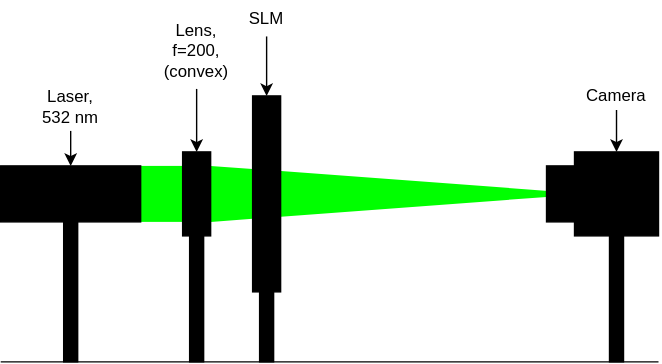
This is documentation/images/setup_1.svg from nbaehler/mask-designer, a draw.io export, as it was before one commit. Source tidied: cells renumbered, new cells last; positions are measured from the earlier drawing's top-left corner, leaving out a move shared by most shapes. The source it was exported from:
```xml
<mxGraphModel>
  <root>
    <mxCell id="0" />
    <mxCell id="1" parent="0" />
    <mxCell id="2" style="triangle;whiteSpace=wrap;html=1;fillColor=#00FF00;strokeColor=none;" parent="1" vertex="1">
      <mxGeometry x="150" y="118" width="270" height="40" as="geometry" />
    </mxCell>
    <mxCell id="3" style="rounded=0;whiteSpace=wrap;html=1;strokeColor=none;fillColor=#00FF00;" parent="1" vertex="1">
      <mxGeometry x="100" y="118" width="30" height="40" as="geometry" />
    </mxCell>
    <mxCell id="4" style="endArrow=none;html=1;rounded=0;" parent="1" edge="1">
      <mxGeometry relative="1" as="geometry">
        <mxPoint y="258" as="sourcePoint" />
        <mxPoint x="470" y="258" as="targetPoint" />
      </mxGeometry>
    </mxCell>
    <mxCell id="5" style="rounded=0;whiteSpace=wrap;html=1;fillColor=#000000;" parent="1" vertex="1">
      <mxGeometry x="45" y="158" width="10" height="100" as="geometry" />
    </mxCell>
    <mxCell id="6" style="rounded=0;whiteSpace=wrap;html=1;fillColor=#000000;" parent="1" vertex="1">
      <mxGeometry x="185" y="208" width="10" height="50" as="geometry" />
    </mxCell>
    <mxCell id="7" style="rounded=0;whiteSpace=wrap;html=1;fillColor=#000000;" parent="1" vertex="1">
      <mxGeometry x="435" y="168" width="10" height="90" as="geometry" />
    </mxCell>
    <mxCell id="8" style="rounded=0;whiteSpace=wrap;html=1;fillColor=#000000;" parent="1" vertex="1">
      <mxGeometry x="135" y="168" width="10" height="90" as="geometry" />
    </mxCell>
    <mxCell id="9" style="edgeStyle=orthogonalEdgeStyle;rounded=0;jettySize=auto;html=1;exitX=0.5;exitY=1;exitDx=0;exitDy=0;entryX=0.5;entryY=0;entryDx=0;entryDy=0;" parent="1" edge="1" source="10" target="19">
      <mxGeometry relative="1" as="geometry" />
    </mxCell>
    <mxCell id="10" value="&lt;div&gt;Laser,&lt;/div&gt;&lt;div&gt;532 nm&lt;/div&gt;" style="text;html=1;strokeColor=none;fillColor=none;align=center;verticalAlign=middle;whiteSpace=wrap;rounded=0;" parent="1" vertex="1">
      <mxGeometry x="20" y="58" width="60" height="35" as="geometry" />
    </mxCell>
    <mxCell id="11" style="edgeStyle=orthogonalEdgeStyle;rounded=0;jettySize=auto;html=1;exitX=0.5;exitY=1;exitDx=0;exitDy=0;" parent="1" edge="1" source="12" target="15">
      <mxGeometry relative="1" as="geometry" />
    </mxCell>
    <mxCell id="12" value="SLM" style="text;html=1;strokeColor=none;fillColor=none;align=center;verticalAlign=middle;whiteSpace=wrap;rounded=0;" parent="1" vertex="1">
      <mxGeometry x="160" y="0.5" width="60" height="25" as="geometry" />
    </mxCell>
    <mxCell id="13" style="edgeStyle=orthogonalEdgeStyle;rounded=0;jettySize=auto;html=1;exitX=0.5;exitY=1;exitDx=0;exitDy=0;" parent="1" edge="1" source="14" target="16">
      <mxGeometry relative="1" as="geometry" />
    </mxCell>
    <mxCell id="14" value="&lt;div&gt;Lens,&lt;/div&gt;&lt;div&gt;f=200,&lt;br&gt;&lt;/div&gt;&lt;div&gt;(convex)&lt;br&gt;&lt;/div&gt;" style="text;html=1;strokeColor=none;fillColor=none;align=center;verticalAlign=middle;whiteSpace=wrap;rounded=0;" parent="1" vertex="1">
      <mxGeometry x="110" y="8" width="60" height="55" as="geometry" />
    </mxCell>
    <mxCell id="15" style="rounded=0;whiteSpace=wrap;html=1;fillColor=#000000;" parent="1" vertex="1">
      <mxGeometry x="180" y="68" width="20" height="140" as="geometry" />
    </mxCell>
    <mxCell id="16" style="rounded=0;whiteSpace=wrap;html=1;fillColor=#000000;" parent="1" vertex="1">
      <mxGeometry x="130" y="108" width="20" height="60" as="geometry" />
    </mxCell>
    <mxCell id="17" style="rounded=0;whiteSpace=wrap;html=1;fillColor=#000000;" parent="1" vertex="1">
      <mxGeometry x="390" y="118" width="20" height="40" as="geometry" />
    </mxCell>
    <mxCell id="18" style="rounded=0;whiteSpace=wrap;html=1;fillColor=#000000;" parent="1" vertex="1">
      <mxGeometry x="410" y="108" width="60" height="60" as="geometry" />
    </mxCell>
    <mxCell id="19" style="rounded=0;whiteSpace=wrap;html=1;fillColor=#000000;" parent="1" vertex="1">
      <mxGeometry y="118" width="100" height="40" as="geometry" />
    </mxCell>
    <mxCell id="20" style="edgeStyle=orthogonalEdgeStyle;rounded=0;jettySize=auto;html=1;" parent="1" edge="1" source="21" target="18">
      <mxGeometry relative="1" as="geometry" />
    </mxCell>
    <mxCell id="21" value="Camera" style="text;html=1;strokeColor=none;fillColor=none;align=center;verticalAlign=middle;whiteSpace=wrap;rounded=0;" parent="1" vertex="1">
      <mxGeometry x="410" y="58" width="60" height="20" as="geometry" />
    </mxCell>
  </root>
</mxGraphModel>
```
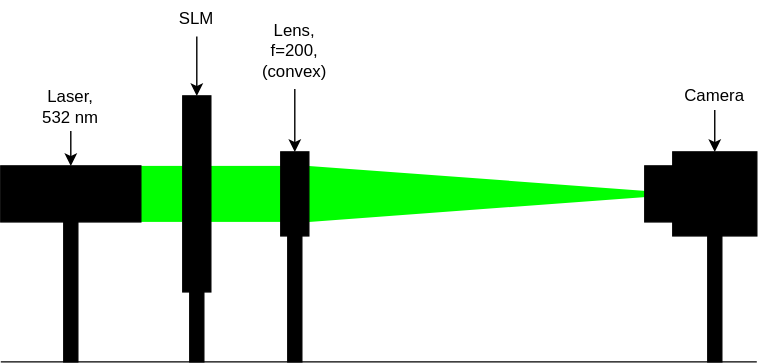
Later version of the same file.

Diff of the diagram source:
```diff
@@ -5,20 +5,23 @@
     <mxCell id="2" style="triangle;whiteSpace=wrap;html=1;fillColor=#00FF00;strokeColor=none;" parent="1" vertex="1">
       <mxGeometry x="150" y="118" width="270" height="40" as="geometry" />
     </mxCell>
+    <mxCell id="22" style="rounded=0;whiteSpace=wrap;html=1;strokeColor=none;fillColor=#00FF00;" parent="1" vertex="1">
+      <mxGeometry x="80" y="118" width="50" height="40" as="geometry" />
+    </mxCell>
     <mxCell id="3" style="rounded=0;whiteSpace=wrap;html=1;strokeColor=none;fillColor=#00FF00;" parent="1" vertex="1">
-      <mxGeometry x="100" y="118" width="30" height="40" as="geometry" />
+      <mxGeometry x="30" y="118" width="30" height="40" as="geometry" />
     </mxCell>
     <mxCell id="4" style="endArrow=none;html=1;rounded=0;" parent="1" edge="1">
       <mxGeometry relative="1" as="geometry">
-        <mxPoint y="258" as="sourcePoint" />
+        <mxPoint x="-70" y="258" as="sourcePoint" />
         <mxPoint x="470" y="258" as="targetPoint" />
       </mxGeometry>
     </mxCell>
     <mxCell id="5" style="rounded=0;whiteSpace=wrap;html=1;fillColor=#000000;" parent="1" vertex="1">
-      <mxGeometry x="45" y="158" width="10" height="100" as="geometry" />
+      <mxGeometry x="-25" y="158" width="10" height="100" as="geometry" />
     </mxCell>
     <mxCell id="6" style="rounded=0;whiteSpace=wrap;html=1;fillColor=#000000;" parent="1" vertex="1">
-      <mxGeometry x="185" y="208" width="10" height="50" as="geometry" />
+      <mxGeometry x="65" y="208" width="10" height="50" as="geometry" />
     </mxCell>
     <mxCell id="7" style="rounded=0;whiteSpace=wrap;html=1;fillColor=#000000;" parent="1" vertex="1">
       <mxGeometry x="435" y="168" width="10" height="90" as="geometry" />
@@ -30,22 +33,22 @@
       <mxGeometry relative="1" as="geometry" />
     </mxCell>
     <mxCell id="10" value="&lt;div&gt;Laser,&lt;/div&gt;&lt;div&gt;532 nm&lt;/div&gt;" style="text;html=1;strokeColor=none;fillColor=none;align=center;verticalAlign=middle;whiteSpace=wrap;rounded=0;" parent="1" vertex="1">
-      <mxGeometry x="20" y="58" width="60" height="35" as="geometry" />
+      <mxGeometry x="-50" y="58" width="60" height="35" as="geometry" />
     </mxCell>
     <mxCell id="11" style="edgeStyle=orthogonalEdgeStyle;rounded=0;jettySize=auto;html=1;exitX=0.5;exitY=1;exitDx=0;exitDy=0;" parent="1" edge="1" source="12" target="15">
       <mxGeometry relative="1" as="geometry" />
     </mxCell>
     <mxCell id="12" value="SLM" style="text;html=1;strokeColor=none;fillColor=none;align=center;verticalAlign=middle;whiteSpace=wrap;rounded=0;" parent="1" vertex="1">
-      <mxGeometry x="160" y="0.5" width="60" height="25" as="geometry" />
+      <mxGeometry x="40" y="0.5" width="60" height="25" as="geometry" />
     </mxCell>
     <mxCell id="13" style="edgeStyle=orthogonalEdgeStyle;rounded=0;jettySize=auto;html=1;exitX=0.5;exitY=1;exitDx=0;exitDy=0;" parent="1" edge="1" source="14" target="16">
       <mxGeometry relative="1" as="geometry" />
     </mxCell>
-    <mxCell id="14" value="&lt;div&gt;Lens,&lt;/div&gt;&lt;div&gt;f=200,&lt;br&gt;&lt;/div&gt;&lt;div&gt;(convex)&lt;br&gt;&lt;/div&gt;" style="text;html=1;strokeColor=none;fillColor=none;align=center;verticalAlign=middle;whiteSpace=wrap;rounded=0;" parent="1" vertex="1">
+    <mxCell id="14" value="&lt;div&gt;Lens,&lt;/div&gt;&lt;div&gt;f=200,&lt;br&gt;&lt;/div&gt;&lt;div&gt;(convex)&lt;/div&gt;" style="text;html=1;strokeColor=none;fillColor=none;align=center;verticalAlign=middle;whiteSpace=wrap;rounded=0;" parent="1" vertex="1">
       <mxGeometry x="110" y="8" width="60" height="55" as="geometry" />
     </mxCell>
     <mxCell id="15" style="rounded=0;whiteSpace=wrap;html=1;fillColor=#000000;" parent="1" vertex="1">
-      <mxGeometry x="180" y="68" width="20" height="140" as="geometry" />
+      <mxGeometry x="60" y="68" width="20" height="140" as="geometry" />
     </mxCell>
     <mxCell id="16" style="rounded=0;whiteSpace=wrap;html=1;fillColor=#000000;" parent="1" vertex="1">
       <mxGeometry x="130" y="108" width="20" height="60" as="geometry" />
@@ -57,7 +60,7 @@
       <mxGeometry x="410" y="108" width="60" height="60" as="geometry" />
     </mxCell>
     <mxCell id="19" style="rounded=0;whiteSpace=wrap;html=1;fillColor=#000000;" parent="1" vertex="1">
-      <mxGeometry y="118" width="100" height="40" as="geometry" />
+      <mxGeometry x="-70" y="118" width="100" height="40" as="geometry" />
     </mxCell>
     <mxCell id="20" style="edgeStyle=orthogonalEdgeStyle;rounded=0;jettySize=auto;html=1;" parent="1" edge="1" source="21" target="18">
       <mxGeometry relative="1" as="geometry" />
```
